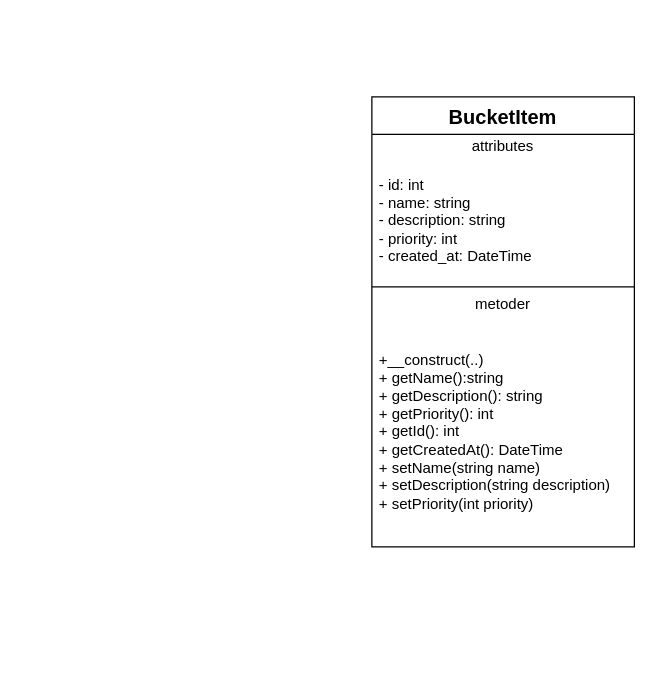
Earlier version of the draw.io diagram diagramsAndSql/bucketlist-uml.drawio (Kiim94/Uppg2-PHP). Source tidied: cells renumbered, new cells numbered last; positions are measured from the earlier drawing's top-left corner, leaving out a move shared by most shapes. Both pictures are drawn from the tidied source at 125%, with x=0, y=0 at pixel (371, 96).
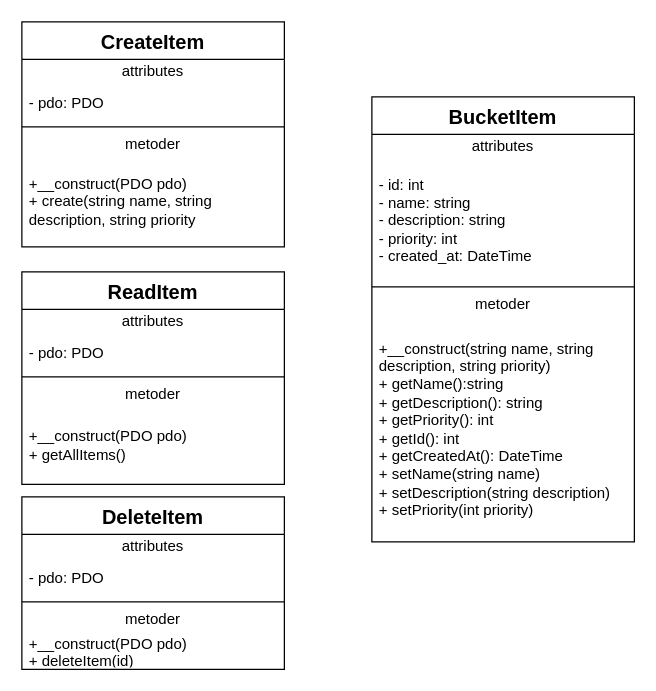
After the change.

Commit message (it also covers changes not shown here):
Glömt spara vissa saker, commita dem

The edit, as a diff of the source:
```diff
@@
     <mxCell id="2" value="&lt;font style=&quot;font-size: 16px;&quot;&gt;&lt;b&gt;BucketItem&lt;/b&gt;&lt;/font&gt;" style="swimlane;fontStyle=0;align=center;verticalAlign=top;horizontal=1;startSize=30;html=1;whiteSpace=wrap;" parent="1" vertex="1">
-      <mxGeometry width="210" height="360" as="geometry" />
+      <mxGeometry width="210" height="356" as="geometry" />
     </mxCell>
@@
-    <mxCell id="7" value="+__construct(..)&lt;div&gt;+ getName():string&lt;/div&gt;&lt;div&gt;+ getDescription(): string&lt;/div&gt;&lt;div&gt;+ getPriority(): int&lt;/div&gt;&lt;div&gt;+ getId(): int&lt;/div&gt;&lt;div&gt;+ getCreatedAt(): DateTime&lt;/div&gt;&lt;div&gt;+ setName(string name)&lt;/div&gt;&lt;div&gt;+ setDescription(string description)&lt;/div&gt;&lt;div&gt;+ setPriority(int priority)&lt;/div&gt;" style="text;html=1;strokeColor=none;fillColor=none;align=left;verticalAlign=middle;spacingLeft=4;spacingRight=4;overflow=hidden;whiteSpace=wrap;" parent="2" vertex="1">
-      <mxGeometry y="176" width="210" height="184" as="geometry" />
+    <mxCell id="7" value="+__construct(string name, string description, string priority)&lt;div&gt;+ getName():string&lt;/div&gt;&lt;div&gt;+ getDescription(): string&lt;/div&gt;&lt;div&gt;+ getPriority(): int&lt;/div&gt;&lt;div&gt;+ getId(): int&lt;/div&gt;&lt;div&gt;+ getCreatedAt(): DateTime&lt;/div&gt;&lt;div&gt;+ setName(string name)&lt;/div&gt;&lt;div&gt;+ setDescription(string description)&lt;/div&gt;&lt;div&gt;+ setPriority(int priority)&lt;/div&gt;" style="text;html=1;strokeColor=none;fillColor=none;align=left;verticalAlign=middle;spacingLeft=4;spacingRight=4;overflow=hidden;whiteSpace=wrap;" parent="2" vertex="1">
+      <mxGeometry y="176" width="210" height="180" as="geometry" />
     </mxCell>
+    <mxCell id="8" value="&lt;font style=&quot;font-size: 16px;&quot;&gt;&lt;b&gt;CreateItem&lt;/b&gt;&lt;/font&gt;" style="swimlane;fontStyle=0;align=center;verticalAlign=top;horizontal=1;startSize=30;html=1;whiteSpace=wrap;" parent="1" vertex="1">
+      <mxGeometry x="-280" y="-60" width="210" height="180" as="geometry" />
+    </mxCell>
+    <mxCell id="9" value="attributes" style="text;html=1;strokeColor=none;fillColor=none;align=center;verticalAlign=middle;spacingLeft=4;spacingRight=4;overflow=hidden;whiteSpace=wrap;" parent="8" vertex="1">
+      <mxGeometry y="30" width="210" height="20" as="geometry" />
+    </mxCell>
+    <mxCell id="10" value="- pdo: PDO" style="text;html=1;strokeColor=none;fillColor=none;align=left;verticalAlign=middle;spacingLeft=4;spacingRight=4;overflow=hidden;whiteSpace=wrap;" parent="8" vertex="1">
+      <mxGeometry y="50" width="210" height="30" as="geometry" />
+    </mxCell>
+    <mxCell id="11" style="line;strokeWidth=1;fillColor=none;align=left;verticalAlign=middle;spacingTop=-1;spacingLeft=3;spacingRight=3;labelPosition=right;labelPerimeter=1;" parent="8" vertex="1">
+      <mxGeometry y="80" width="210" height="8" as="geometry" />
+    </mxCell>
+    <mxCell id="12" value="metoder" style="text;html=1;strokeColor=none;fillColor=none;align=center;verticalAlign=middle;spacingLeft=4;spacingRight=4;overflow=hidden;whiteSpace=wrap;" parent="8" vertex="1">
+      <mxGeometry y="88" width="210" height="20" as="geometry" />
+    </mxCell>
+    <mxCell id="13" value="+__construct(PDO pdo)&lt;div&gt;+ create(string name, string description, string priority&lt;/div&gt;" style="text;html=1;strokeColor=none;fillColor=none;align=left;verticalAlign=middle;spacingLeft=4;spacingRight=4;overflow=hidden;whiteSpace=wrap;" parent="8" vertex="1">
+      <mxGeometry y="108" width="210" height="72" as="geometry" />
+    </mxCell>
+    <mxCell id="14" value="&lt;font style=&quot;font-size: 16px;&quot;&gt;&lt;b&gt;ReadItem&lt;/b&gt;&lt;/font&gt;" style="swimlane;fontStyle=0;align=center;verticalAlign=top;horizontal=1;startSize=30;html=1;whiteSpace=wrap;" parent="1" vertex="1">
+      <mxGeometry x="-280" y="140" width="210" height="170" as="geometry" />
+    </mxCell>
+    <mxCell id="15" value="attributes" style="text;html=1;strokeColor=none;fillColor=none;align=center;verticalAlign=middle;spacingLeft=4;spacingRight=4;overflow=hidden;whiteSpace=wrap;" parent="14" vertex="1">
+      <mxGeometry y="30" width="210" height="20" as="geometry" />
+    </mxCell>
+    <mxCell id="16" value="- pdo: PDO" style="text;html=1;strokeColor=none;fillColor=none;align=left;verticalAlign=middle;spacingLeft=4;spacingRight=4;overflow=hidden;whiteSpace=wrap;" parent="14" vertex="1">
+      <mxGeometry y="50" width="210" height="30" as="geometry" />
+    </mxCell>
+    <mxCell id="17" style="line;strokeWidth=1;fillColor=none;align=left;verticalAlign=middle;spacingTop=-1;spacingLeft=3;spacingRight=3;labelPosition=right;labelPerimeter=1;" parent="14" vertex="1">
+      <mxGeometry y="80" width="210" height="8" as="geometry" />
+    </mxCell>
+    <mxCell id="18" value="metoder" style="text;html=1;strokeColor=none;fillColor=none;align=center;verticalAlign=middle;spacingLeft=4;spacingRight=4;overflow=hidden;whiteSpace=wrap;" parent="14" vertex="1">
+      <mxGeometry y="88" width="210" height="20" as="geometry" />
+    </mxCell>
+    <mxCell id="19" value="+__construct(PDO pdo)&lt;div&gt;+ getAllItems()&lt;/div&gt;" style="text;html=1;strokeColor=none;fillColor=none;align=left;verticalAlign=middle;spacingLeft=4;spacingRight=4;overflow=hidden;whiteSpace=wrap;" parent="14" vertex="1">
+      <mxGeometry y="108" width="210" height="62" as="geometry" />
+    </mxCell>
+    <mxCell id="20" value="&lt;font style=&quot;font-size: 16px;&quot;&gt;&lt;b&gt;DeleteItem&lt;/b&gt;&lt;/font&gt;" style="swimlane;fontStyle=0;align=center;verticalAlign=top;horizontal=1;startSize=30;html=1;whiteSpace=wrap;" parent="1" vertex="1">
+      <mxGeometry x="-280" y="320" width="210" height="138" as="geometry" />
+    </mxCell>
+    <mxCell id="21" value="attributes" style="text;html=1;strokeColor=none;fillColor=none;align=center;verticalAlign=middle;spacingLeft=4;spacingRight=4;overflow=hidden;whiteSpace=wrap;" parent="20" vertex="1">
+      <mxGeometry y="30" width="210" height="20" as="geometry" />
+    </mxCell>
+    <mxCell id="22" value="- pdo: PDO" style="text;html=1;strokeColor=none;fillColor=none;align=left;verticalAlign=middle;spacingLeft=4;spacingRight=4;overflow=hidden;whiteSpace=wrap;" parent="20" vertex="1">
+      <mxGeometry y="50" width="210" height="30" as="geometry" />
+    </mxCell>
+    <mxCell id="23" style="line;strokeWidth=1;fillColor=none;align=left;verticalAlign=middle;spacingTop=-1;spacingLeft=3;spacingRight=3;labelPosition=right;labelPerimeter=1;" parent="20" vertex="1">
+      <mxGeometry y="80" width="210" height="8" as="geometry" />
+    </mxCell>
+    <mxCell id="24" value="metoder" style="text;html=1;strokeColor=none;fillColor=none;align=center;verticalAlign=middle;spacingLeft=4;spacingRight=4;overflow=hidden;whiteSpace=wrap;" parent="20" vertex="1">
+      <mxGeometry y="88" width="210" height="20" as="geometry" />
+    </mxCell>
+    <mxCell id="25" value="+__construct(PDO pdo)&lt;div&gt;+ deleteItem(id)&lt;/div&gt;" style="text;html=1;strokeColor=none;fillColor=none;align=left;verticalAlign=middle;spacingLeft=4;spacingRight=4;overflow=hidden;whiteSpace=wrap;" parent="20" vertex="1">
+      <mxGeometry y="108" width="210" height="30" as="geometry" />
+    </mxCell>
```
